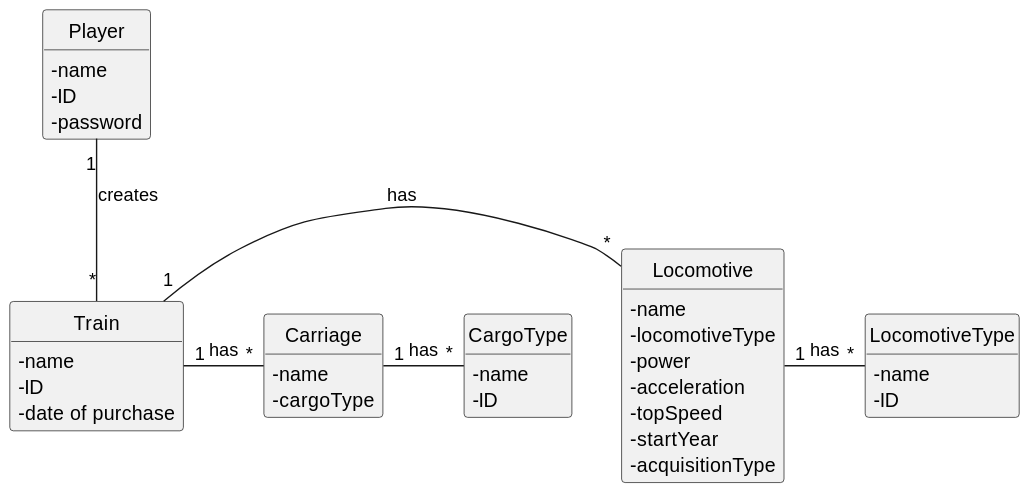
ivasduarte/all-aboard keeps this PlantUML diagram as docs/sprint1/us009/02.analysis/svg/us009-domain-model.svg. Above is the earlier version.
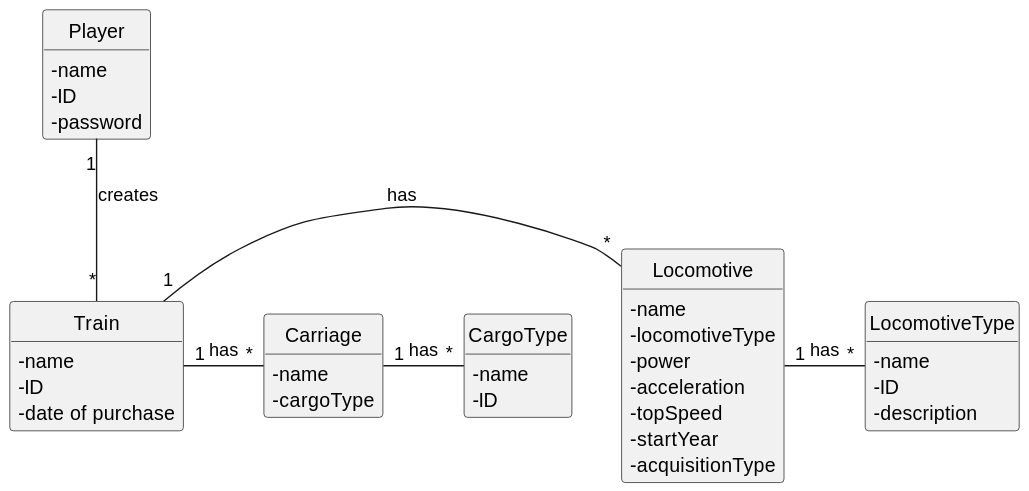
After the change.

Commit message:
US003/US009(docs): updates on the domain models

Change to the diagram source:
```diff
@@ -28,6 +28,7 @@
 class LocomotiveType{
     - name
     - ID
+    - description
 }
 
 class Carriage{
@@ -39,6 +40,7 @@
     - name
     - ID
 }
+
 class Player {
     - name
     - ID
```
